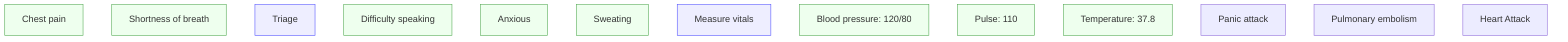
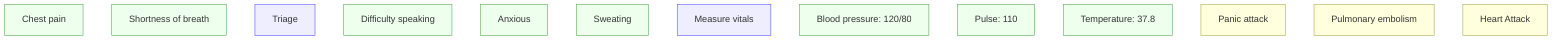
flowchart TD
  O1["Chest pain"]
  O2["Shortness of breath"]
  A1["Triage"]
  O6["Difficulty speaking"]
  O7["Anxious"]
  O8["Sweating"]
  A2["Measure vitals"]
  O3["Blood pressure: 120/80"]
  O4["Pulse: 110"]
  O5["Temperature: 37.8"]
+ 
+   H1["Panic attack"]
+   H2["Pulmonary embolism"]
+   H3["Heart Attack"]

  classDef obs fill:#efe,stroke:#5a5;
  classDef action fill:#eef,stroke:#55f;
  classDef hyo fill:#ffd,stroke:#aa5

  class O1 obs
  class O2 obs
  class O3 obs
  class O4 obs
  class O5 obs
  class O6 obs
  class O7 obs
  class O8 obs
  class A1 action
  class A2 action
  class H1 hyo
  class H2 hyo
+   class H3 hyo

-   H1["Panic attack"]
-   H2["Pulmonary embolism"]
-   H3["Heart Attack"]

+ 
